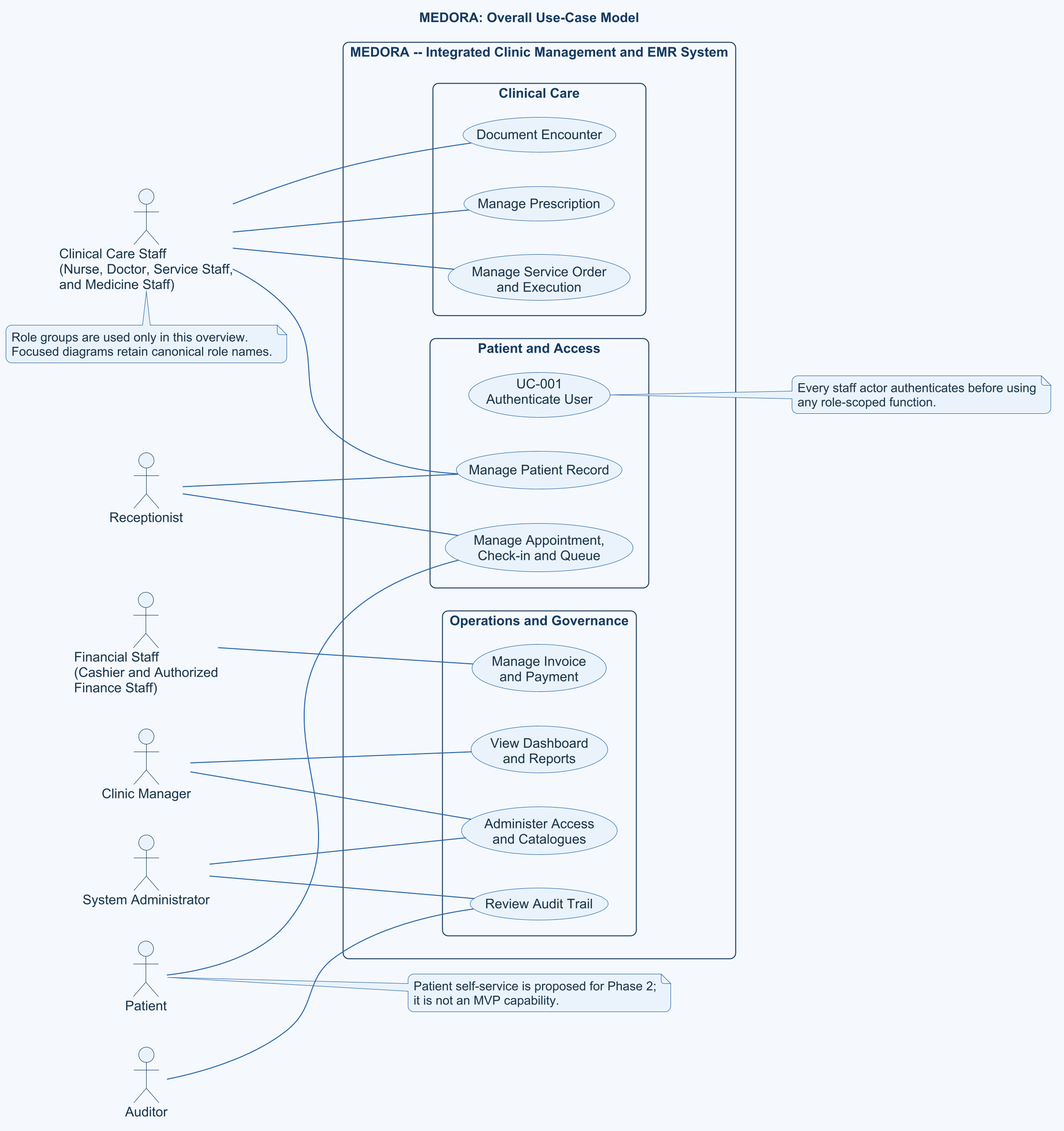
Above: doc/asset/03-system-requirements/use-case-model/figure/overall-use-case-model.png in DucDung-1107/SysDes_2026.1_Group_08 (PlantUML), before the change.
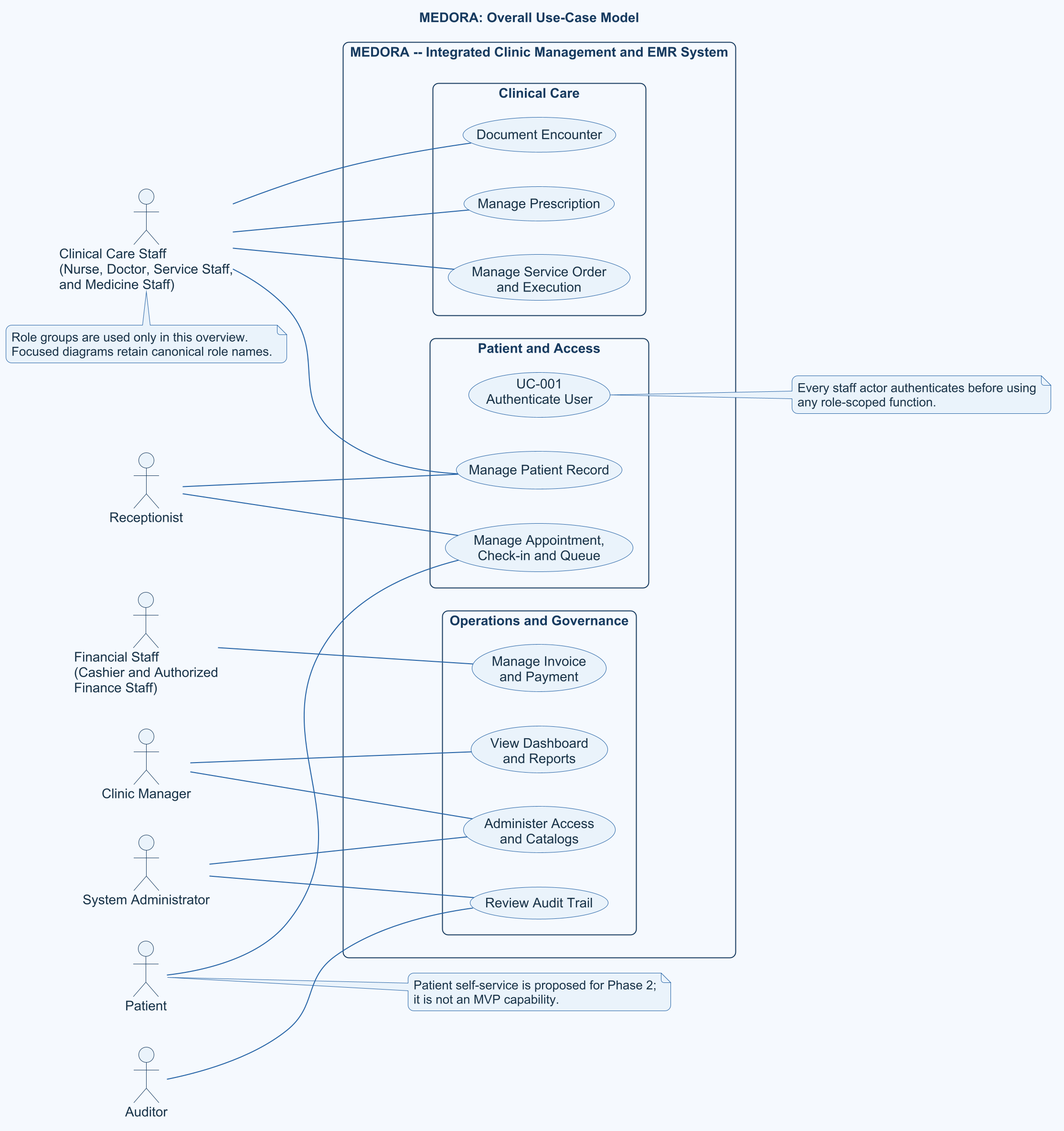
The same file after the commit.

The edit, as a diff of the source:
```diff
@@ -23,7 +23,7 @@
   package "Operations and Governance" {
     usecase "Manage Invoice\nand Payment" as UCBilling
     usecase "View Dashboard\nand Reports" as UCReporting
-    usecase "Administer Access\nand Catalogues" as UCAdmin
+    usecase "Administer Access\nand Catalogs" as UCAdmin
     usecase "Review Audit Trail" as UCAudit
   }
 }
```
